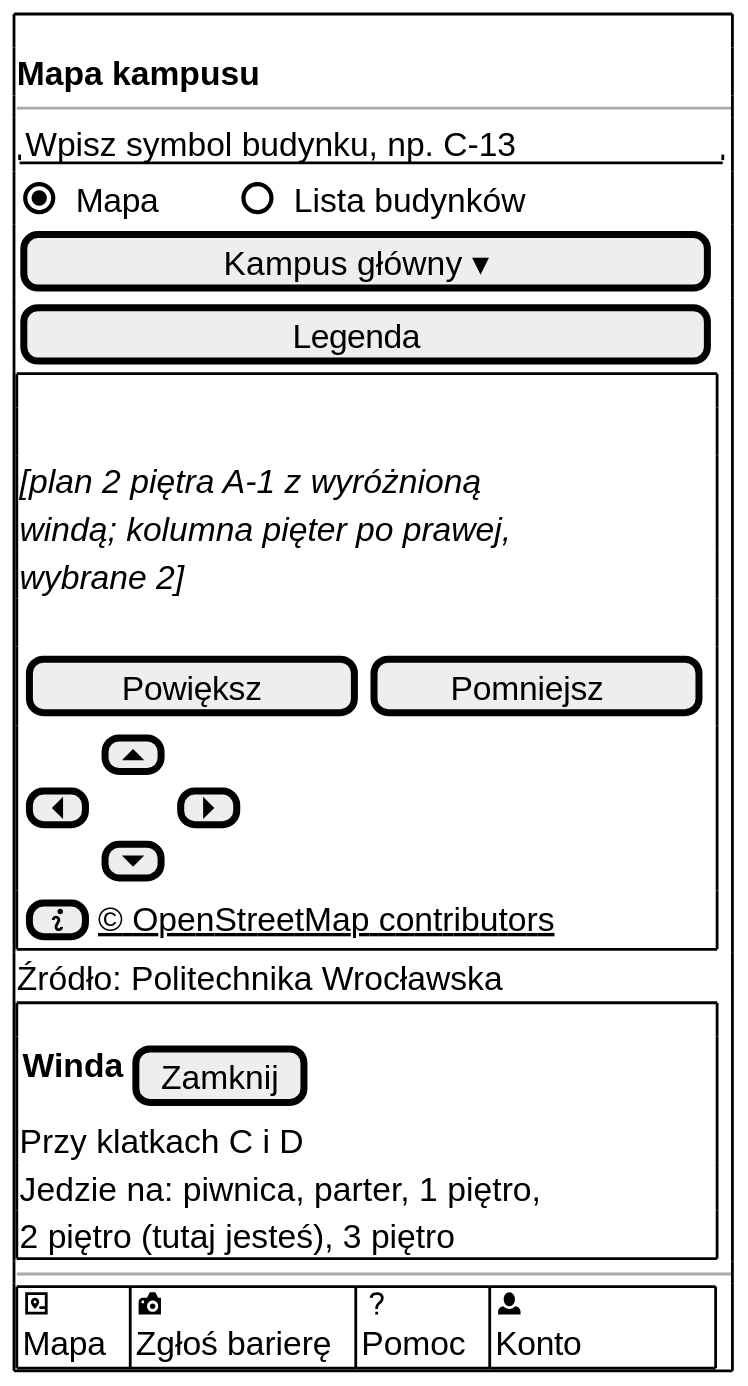
Before: docs/docs/_generated/m-v1-mapa-plan-winda.svg, a diagram exported from PlantUML (dostepny-kampus/dostepny-kampus). The source it was exported from:
```plantuml
@startsalt
' V1 Mapa kampusu, arkusz windy po dotknięciu windy na planie (US16.1, US18.2).
!include _wspolne.iuml
!include _odwiedzajacy.iuml
$ekran_poczatek()
$naglowek_startowy("Mapa kampusu")
$pole_tekstowe("Wpisz symbol budynku, np. C-13")
$przelacznik("Mapa", "Lista budynków", 1)
$przycisk("Kampus główny ▾")
$przycisk("Legenda")
$mapa("plan 2 piętra A-1 z wyróżnioną windą; kolumna pięter po prawej, wybrane 2", "", "info")
Źródło: Politechnika Wrocławska
$ramka()
{ <b>Winda</b> | [Zamknij] }
Przy klatkach C i D
Jedzie na: piwnica, parter, 1 piętro,
2 piętro (tutaj jesteś), 3 piętro
}
$pasek_dolny_konto()
$ekran_koniec()
@endsalt
```
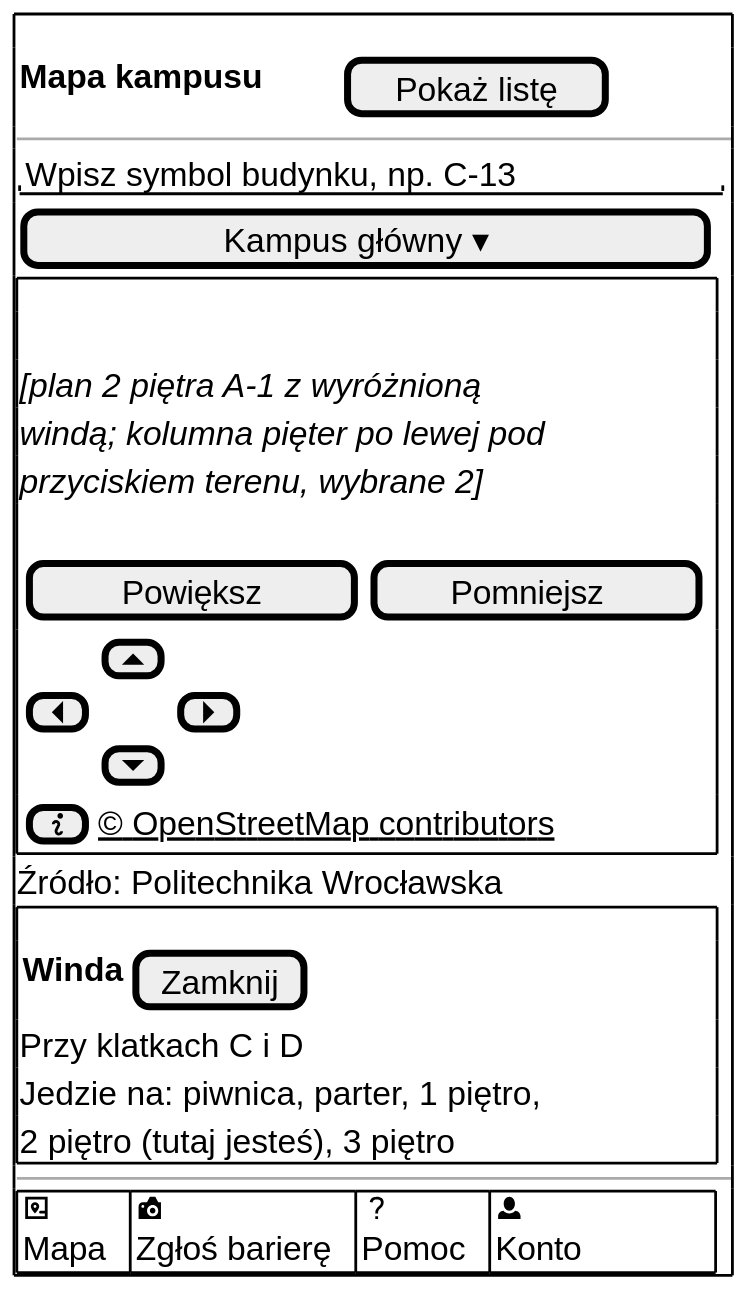
The same file after the commit.

Change to the diagram source:
```diff
@@ -3,12 +3,10 @@
 !include _wspolne.iuml
 !include _odwiedzajacy.iuml
 $ekran_poczatek()
-$naglowek_startowy("Mapa kampusu")
+$naglowek_mapy("Pokaż listę")
 $pole_tekstowe("Wpisz symbol budynku, np. C-13")
-$przelacznik("Mapa", "Lista budynków", 1)
 $przycisk("Kampus główny ▾")
-$przycisk("Legenda")
-$mapa("plan 2 piętra A-1 z wyróżnioną windą; kolumna pięter po prawej, wybrane 2", "", "info")
+$mapa("plan 2 piętra A-1 z wyróżnioną windą; kolumna pięter po lewej pod przyciskiem terenu, wybrane 2", "", "info")
 Źródło: Politechnika Wrocławska
 $ramka()
 { <b>Winda</b> | [Zamknij] }
```
